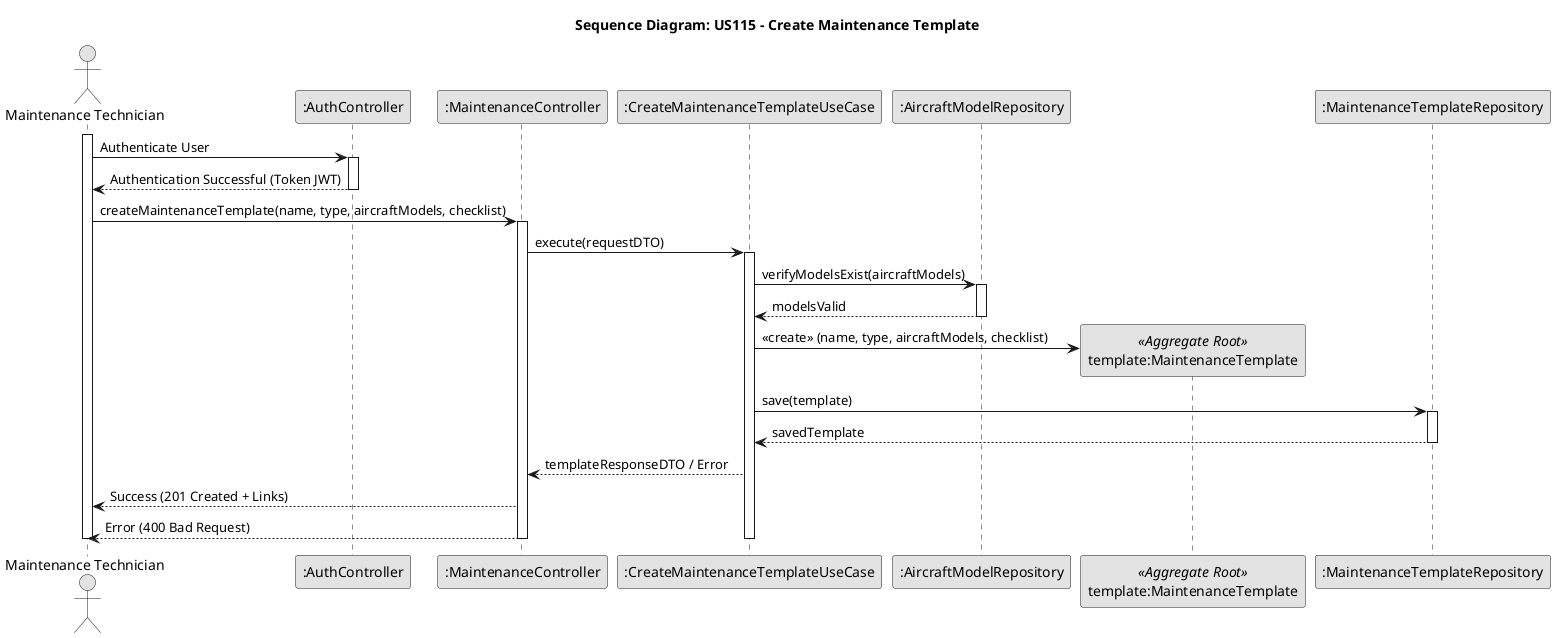
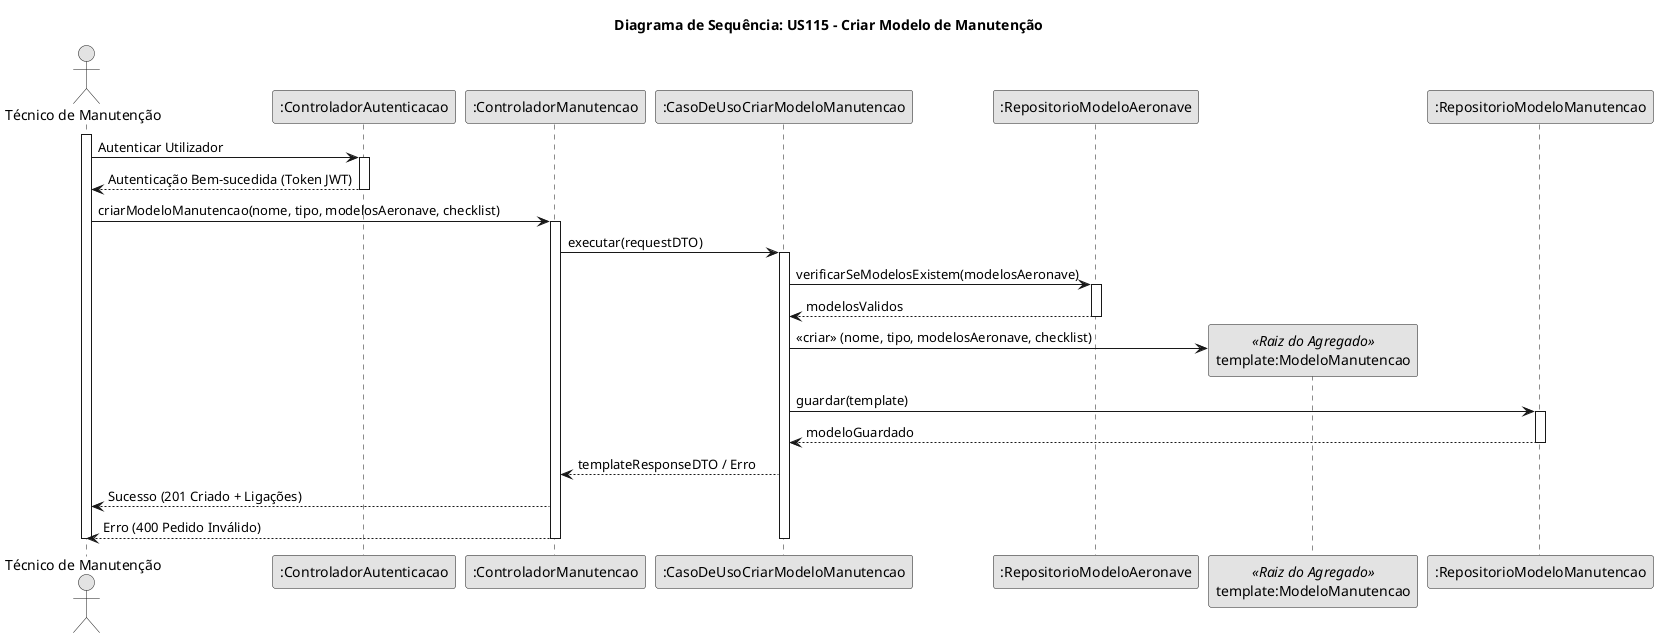
@startuml
skinparam monochrome true
skinparam shadowing false

- title Sequence Diagram: US115 - Create Maintenance Template
+ title Diagrama de Sequência: US115 - Criar Modelo de Manutenção

- actor "Maintenance Technician" as User
- participant ":AuthController" as Auth
- participant ":MaintenanceController" as Ctrl
- participant ":CreateMaintenanceTemplateUseCase" as UseCase
- participant ":AircraftModelRepository" as RepoModel
- participant "template:MaintenanceTemplate" as Template <<Aggregate Root>>
- participant ":MaintenanceTemplateRepository" as RepoTemplate
+ actor "Técnico de Manutenção" as User
+ participant ":ControladorAutenticacao" as Auth
+ participant ":ControladorManutencao" as Ctrl
+ participant ":CasoDeUsoCriarModeloManutencao" as UseCase
+ participant ":RepositorioModeloAeronave" as RepoModel
+ participant "template:ModeloManutencao" as Template <<Raiz do Agregado>>
+ participant ":RepositorioModeloManutencao" as RepoTemplate

activate User

- 
- User -> Auth : Authenticate User
+ User -> Auth : Autenticar Utilizador
activate Auth
- Auth --> User : Authentication Successful (Token JWT)
+ Auth --> User : Autenticação Bem-sucedida (Token JWT)
deactivate Auth

- 
- User -> Ctrl : createMaintenanceTemplate(name, type, aircraftModels, checklist)
+ User -> Ctrl : criarModeloManutencao(nome, tipo, modelosAeronave, checklist)
activate Ctrl

- Ctrl -> UseCase : execute(requestDTO)
+ Ctrl -> UseCase : executar(requestDTO)
activate UseCase

-     UseCase -> RepoModel : verifyModelsExist(aircraftModels)
+     UseCase -> RepoModel : verificarSeModelosExistem(modelosAeronave)
    activate RepoModel
-     RepoModel --> UseCase : modelsValid
+     RepoModel --> UseCase : modelosValidos
    deactivate RepoModel

+     UseCase -> Template** : <<criar>> (nome, tipo, modelosAeronave, checklist)

-     UseCase -> Template** : <<create>> (name, type, aircraftModels, checklist)
- 
-     UseCase -> RepoTemplate : save(template)
+     UseCase -> RepoTemplate : guardar(template)
    activate RepoTemplate
-     RepoTemplate --> UseCase : savedTemplate
+     RepoTemplate --> UseCase : modeloGuardado
    deactivate RepoTemplate

-     UseCase --> Ctrl : templateResponseDTO / Error
+     UseCase --> Ctrl : templateResponseDTO / Erro

-     Ctrl --> User : Success (201 Created + Links)
+     Ctrl --> User : Sucesso (201 Criado + Ligações)

-     Ctrl --> User : Error (400 Bad Request)
+     Ctrl --> User : Erro (400 Pedido Inválido)

deactivate UseCase
deactivate Ctrl
deactivate User
- @endif+ @enduml